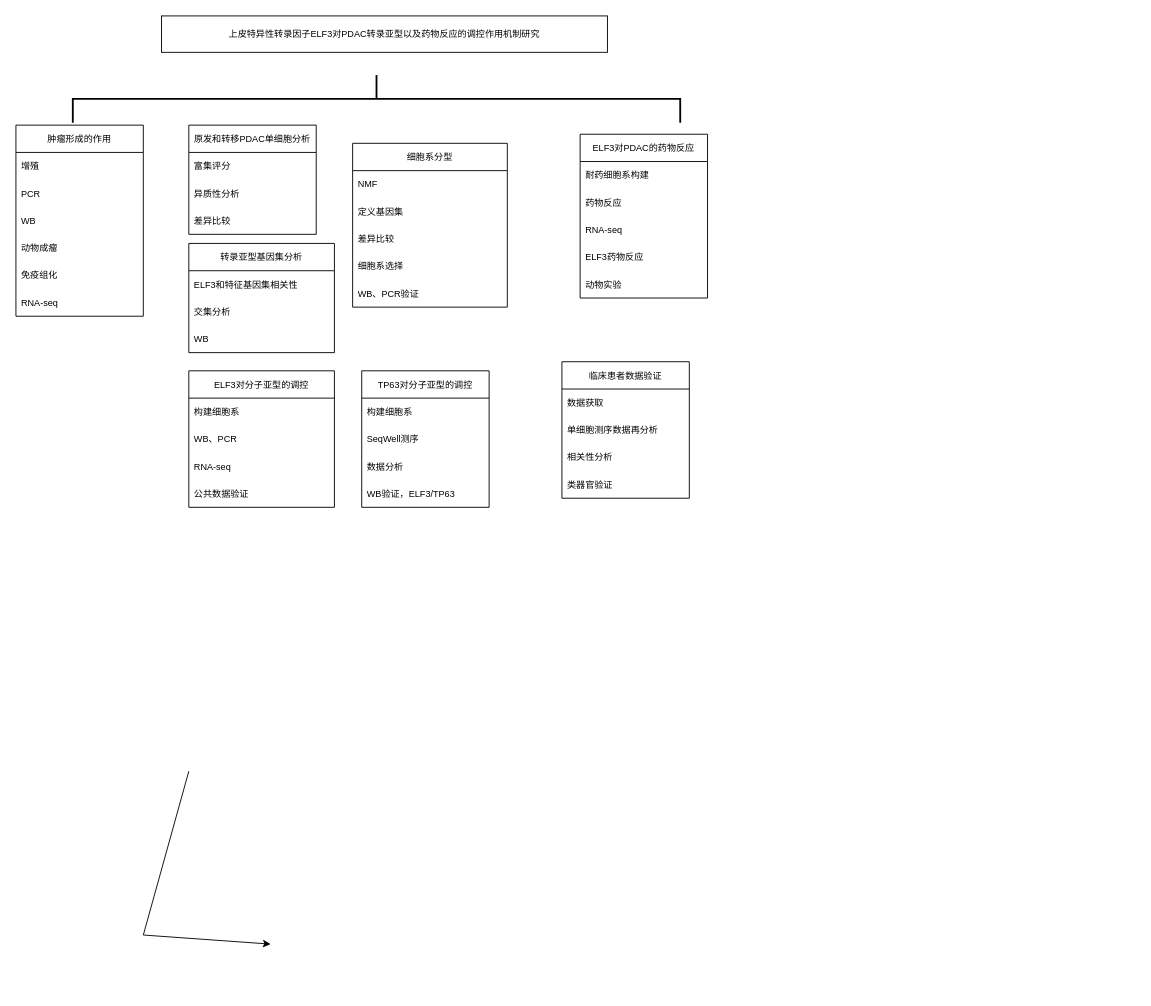
Earlier version of the draw.io diagram ELF3技术路线.drawio (doctorchenzx/ELF3-project). Source tidied: cells renumbered, new cells numbered last; positions are measured from the earlier drawing's top-left corner, leaving out a move shared by most shapes. Both pictures are drawn from the tidied source at 91%, with x=0, y=0 at pixel (15, -205).
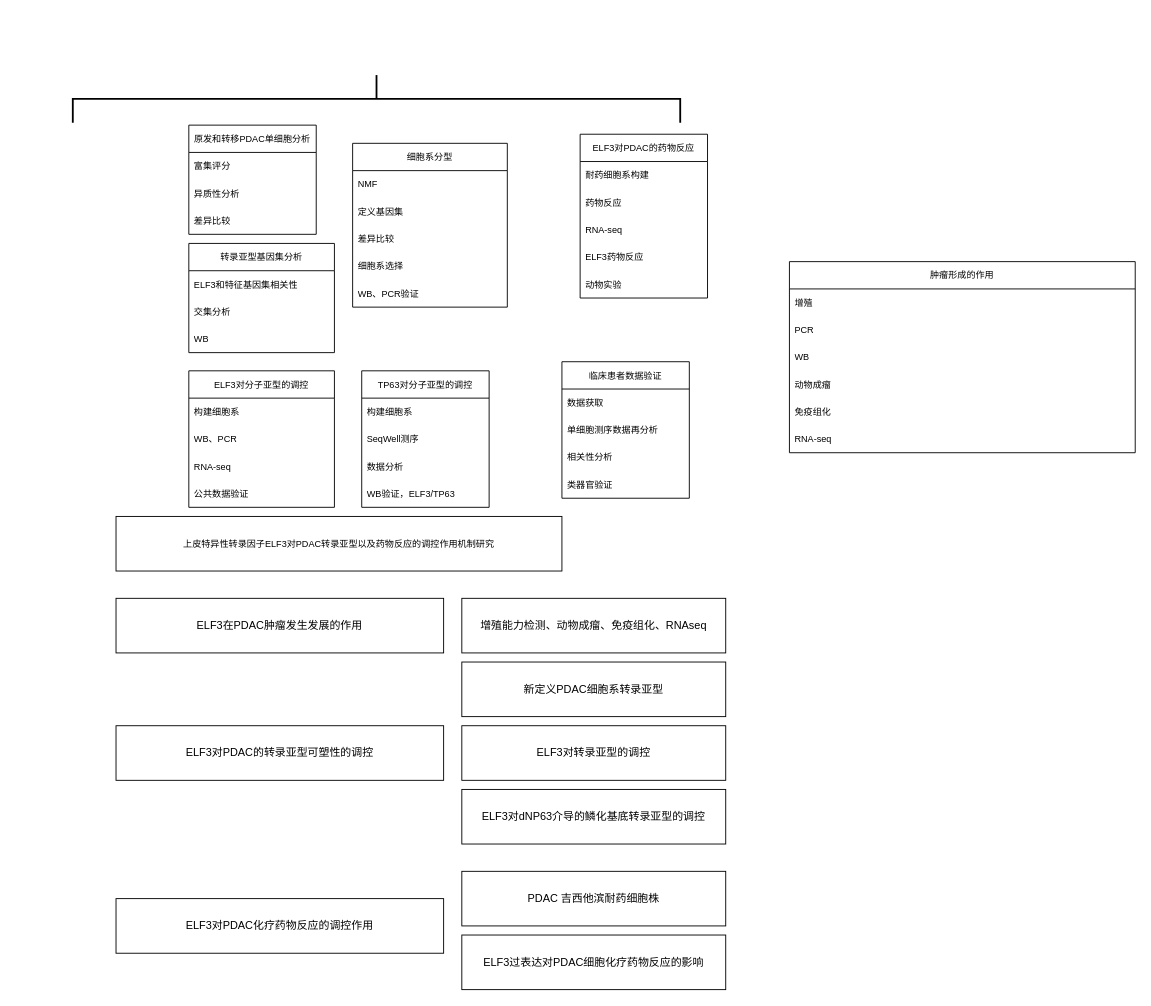
After the change.

Commit message:
更新ELF3技术路线.drawio

Change to the diagram source:
```diff
@@
     <mxCell id="2" value="上皮特异性转录因子ELF3对PDAC转录亚型以及药物反应的调控作用机制研究" style="rounded=0;whiteSpace=wrap;html=1;fontSize=10;" parent="1" vertex="1">
-      <mxGeometry x="160" y="242" width="490" height="40" as="geometry" />
+      <mxGeometry x="110" y="792" width="490" height="60" as="geometry" />
     </mxCell>
-    <mxCell id="3" style="endArrow=classic;html=1;rounded=0;fontSize=10;" parent="1" edge="1">
-      <mxGeometry relative="1" as="geometry">
-        <mxPoint x="190" y="1072" as="sourcePoint" />
-        <mxPoint x="280" y="1262" as="targetPoint" />
-        <Array as="points">
-          <mxPoint x="140" y="1252" />
-        </Array>
-      </mxGeometry>
-    </mxCell>
     <mxCell id="4" value="肿瘤形成的作用" style="swimlane;fontStyle=0;horizontal=1;startSize=30;whiteSpace=wrap;html=1;fontSize=10;" parent="1" vertex="1">
-      <mxGeometry y="362" width="140" height="210" as="geometry" />
+      <mxGeometry x="850" y="512" width="380" height="210" as="geometry" />
     </mxCell>
     <mxCell id="5" value="增殖" style="text;strokeColor=none;fillColor=none;align=left;verticalAlign=middle;spacingLeft=4;spacingRight=4;overflow=hidden;whiteSpace=wrap;html=1;fontSize=10;" parent="4" vertex="1">
-      <mxGeometry y="30" width="140" height="30" as="geometry" />
+      <mxGeometry y="30" width="380" height="30" as="geometry" />
     </mxCell>
     <mxCell id="6" value="PCR" style="text;strokeColor=none;fillColor=none;align=left;verticalAlign=middle;spacingLeft=4;spacingRight=4;overflow=hidden;whiteSpace=wrap;html=1;fontSize=10;" parent="4" vertex="1">
-      <mxGeometry y="60" width="140" height="30" as="geometry" />
+      <mxGeometry y="60" width="380" height="30" as="geometry" />
     </mxCell>
     <mxCell id="7" value="WB" style="text;strokeColor=none;fillColor=none;align=left;verticalAlign=middle;spacingLeft=4;spacingRight=4;overflow=hidden;whiteSpace=wrap;html=1;fontSize=10;" parent="4" vertex="1">
-      <mxGeometry y="90" width="140" height="30" as="geometry" />
+      <mxGeometry y="90" width="380" height="30" as="geometry" />
     </mxCell>
     <mxCell id="8" value="动物成瘤" style="text;strokeColor=none;fillColor=none;align=left;verticalAlign=middle;spacingLeft=4;spacingRight=4;overflow=hidden;whiteSpace=wrap;html=1;fontSize=10;" parent="4" vertex="1">
-      <mxGeometry y="120" width="140" height="30" as="geometry" />
+      <mxGeometry y="120" width="380" height="30" as="geometry" />
     </mxCell>
     <mxCell id="9" value="免疫组化" style="text;strokeColor=none;fillColor=none;align=left;verticalAlign=middle;spacingLeft=4;spacingRight=4;overflow=hidden;whiteSpace=wrap;html=1;fontSize=10;" parent="4" vertex="1">
-      <mxGeometry y="150" width="140" height="30" as="geometry" />
+      <mxGeometry y="150" width="380" height="30" as="geometry" />
     </mxCell>
     <mxCell id="10" value="RNA-seq" style="text;strokeColor=none;fillColor=none;align=left;verticalAlign=middle;spacingLeft=4;spacingRight=4;overflow=hidden;whiteSpace=wrap;html=1;fontSize=10;" parent="4" vertex="1">
-      <mxGeometry y="180" width="140" height="30" as="geometry" />
+      <mxGeometry y="180" width="380" height="30" as="geometry" />
     </mxCell>
@@
+    <mxCell id="47" value="ELF3在PDAC肿瘤发生发展的作用" style="rounded=0;whiteSpace=wrap;html=1;" parent="1" vertex="1">
+      <mxGeometry x="110" y="882" width="360" height="60" as="geometry" />
+    </mxCell>
+    <mxCell id="48" value="ELF3对PDAC的转录亚型可塑性的调控" style="rounded=0;whiteSpace=wrap;html=1;" parent="1" vertex="1">
+      <mxGeometry x="110" y="1022" width="360" height="60" as="geometry" />
+    </mxCell>
+    <mxCell id="49" value="ELF3对PDAC化疗药物反应的调控作用" style="rounded=0;whiteSpace=wrap;html=1;" parent="1" vertex="1">
+      <mxGeometry x="110" y="1212" width="360" height="60" as="geometry" />
+    </mxCell>
+    <mxCell id="50" value="增殖能力检测、动物成瘤、免疫组化、RNAseq" style="rounded=0;whiteSpace=wrap;html=1;" parent="1" vertex="1">
+      <mxGeometry x="490" y="882" width="290" height="60" as="geometry" />
+    </mxCell>
+    <mxCell id="51" value="新定义PDAC细胞系转录亚型" style="rounded=0;whiteSpace=wrap;html=1;" parent="1" vertex="1">
+      <mxGeometry x="490" y="952" width="290" height="60" as="geometry" />
+    </mxCell>
+    <mxCell id="52" value="ELF3对转录亚型的调控" style="rounded=0;whiteSpace=wrap;html=1;" parent="1" vertex="1">
+      <mxGeometry x="490" y="1022" width="290" height="60" as="geometry" />
+    </mxCell>
+    <mxCell id="53" value="ELF3对dNP63介导的鳞化基底转录亚型的调控" style="rounded=0;whiteSpace=wrap;html=1;" parent="1" vertex="1">
+      <mxGeometry x="490" y="1092" width="290" height="60" as="geometry" />
+    </mxCell>
+    <mxCell id="54" value="PDAC 吉西他滨耐药细胞株" style="rounded=0;whiteSpace=wrap;html=1;" parent="1" vertex="1">
+      <mxGeometry x="490" y="1182" width="290" height="60" as="geometry" />
+    </mxCell>
+    <mxCell id="55" value="ELF3过表达对PDAC细胞化疗药物反应的影响" style="rounded=0;whiteSpace=wrap;html=1;" parent="1" vertex="1">
+      <mxGeometry x="490" y="1252" width="290" height="60" as="geometry" />
+    </mxCell>
```
